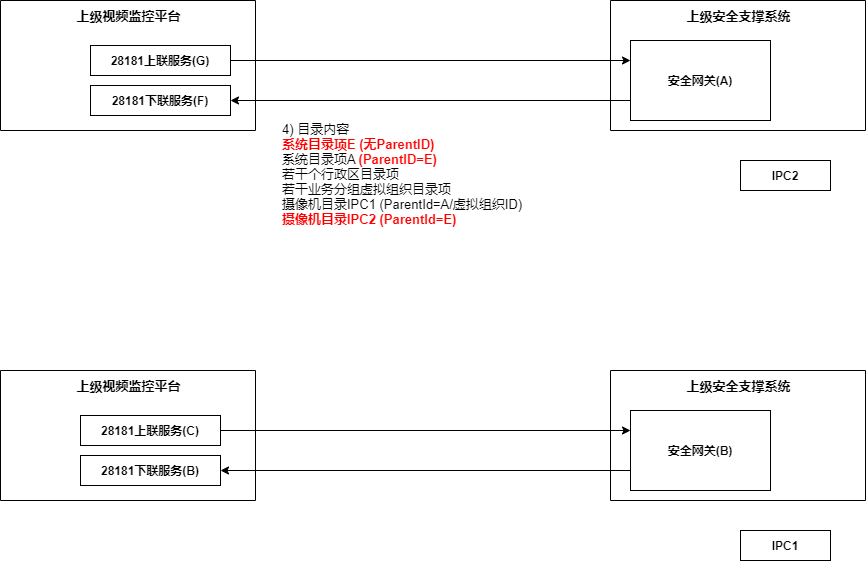
LingJiabin/Linux_test keeps this draw.io diagram as AAA.png. Above is the earlier version. Source tidied: cells renumbered, new cells last; positions are measured from the earlier drawing's top-left corner, leaving out a move shared by most shapes.
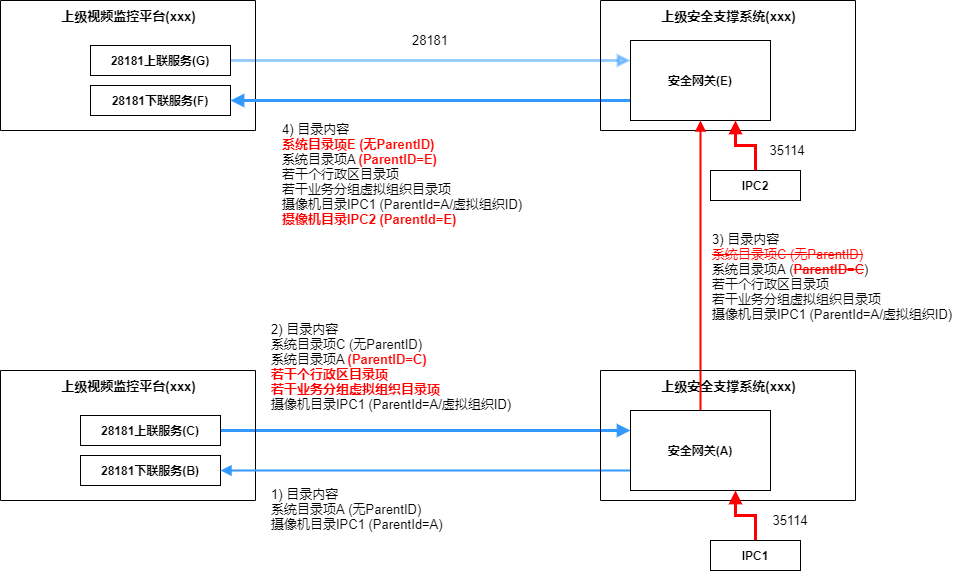
Later version of the same file.

Change to the diagram source:
```diff
@@ -2,56 +2,83 @@
   <root>
     <mxCell id="0" />
     <mxCell id="1" parent="0" />
-    <mxCell id="2" style="edgeStyle=orthogonalEdgeStyle;rounded=0;jettySize=auto;html=1;entryX=0;entryY=0.25;entryDx=0;entryDy=0;fontColor=#050505;" parent="1" edge="1" source="3" target="7">
+    <mxCell id="2" style="edgeStyle=orthogonalEdgeStyle;rounded=0;jettySize=auto;html=1;entryX=0;entryY=0.25;entryDx=0;entryDy=0;fontColor=#050505;strokeColor=#3399FF;endArrow=block;endFill=1;strokeWidth=3;opacity=50;" parent="1" edge="1" source="3" target="7">
       <mxGeometry relative="1" as="geometry" />
     </mxCell>
     <mxCell id="3" value="&lt;b&gt;28181上联服务(G)&lt;/b&gt;" style="rounded=0;whiteSpace=wrap;html=1;" parent="1" vertex="1">
       <mxGeometry x="90" y="45" width="140" height="30" as="geometry" />
     </mxCell>
-    <mxCell id="4" value="&lt;b style=&quot;line-height: 160%&quot;&gt;&lt;font style=&quot;font-size: 13px&quot;&gt;上级视频监控平台&lt;/font&gt;&lt;/b&gt;" style="html=1;fillColor=none;align=center;horizontal=1;direction=south;fontStyle=0;verticalAlign=top;" parent="1" vertex="1">
+    <mxCell id="4" value="&lt;b style=&quot;line-height: 160%&quot;&gt;&lt;font style=&quot;font-size: 13px&quot;&gt;上级视频监控平台(xxx)&lt;/font&gt;&lt;/b&gt;" style="html=1;fillColor=none;align=center;horizontal=1;direction=south;fontStyle=0;verticalAlign=top;" parent="1" vertex="1">
       <mxGeometry width="255" height="130" as="geometry" />
     </mxCell>
     <mxCell id="5" value="&lt;b&gt;28181下联服务(F)&lt;/b&gt;" style="rounded=0;whiteSpace=wrap;html=1;" parent="1" vertex="1">
       <mxGeometry x="90" y="85" width="140" height="30" as="geometry" />
     </mxCell>
-    <mxCell id="6" style="edgeStyle=orthogonalEdgeStyle;rounded=0;jettySize=auto;html=1;exitX=0;exitY=0.75;exitDx=0;exitDy=0;entryX=1;entryY=0.5;entryDx=0;entryDy=0;" parent="1" edge="1" source="7" target="5">
+    <mxCell id="6" style="edgeStyle=orthogonalEdgeStyle;rounded=0;jettySize=auto;html=1;exitX=0;exitY=0.75;exitDx=0;exitDy=0;entryX=1;entryY=0.5;entryDx=0;entryDy=0;strokeColor=#3399FF;endArrow=block;endFill=1;strokeWidth=3;" parent="1" edge="1" source="7" target="5">
       <mxGeometry relative="1" as="geometry" />
     </mxCell>
-    <mxCell id="7" value="&lt;b&gt;安全网关(A)&lt;/b&gt;" style="rounded=0;whiteSpace=wrap;html=1;" parent="1" vertex="1">
+    <mxCell id="7" value="&lt;b&gt;安全网关(E)&lt;/b&gt;" style="rounded=0;whiteSpace=wrap;html=1;" parent="1" vertex="1">
       <mxGeometry x="630" y="40" width="140" height="80" as="geometry" />
     </mxCell>
-    <mxCell id="8" value="&lt;b style=&quot;line-height: 160%&quot;&gt;&lt;font style=&quot;font-size: 13px&quot;&gt;上级安全支撑系统&lt;/font&gt;&lt;/b&gt;" style="html=1;fillColor=none;align=center;horizontal=1;direction=south;fontStyle=0;verticalAlign=top;" parent="1" vertex="1">
-      <mxGeometry x="610" width="255" height="130" as="geometry" />
+    <mxCell id="8" value="&lt;b style=&quot;line-height: 160%&quot;&gt;&lt;font style=&quot;font-size: 13px&quot;&gt;上级安全支撑系统(xxx)&lt;/font&gt;&lt;/b&gt;" style="html=1;fillColor=none;align=center;horizontal=1;direction=south;fontStyle=0;verticalAlign=top;" parent="1" vertex="1">
+      <mxGeometry x="600" width="255" height="130" as="geometry" />
     </mxCell>
+    <mxCell id="19" style="edgeStyle=orthogonalEdgeStyle;rounded=0;jettySize=auto;html=1;exitX=0.5;exitY=0;exitDx=0;exitDy=0;entryX=0.75;entryY=1;entryDx=0;entryDy=0;fontColor=#000000;endArrow=block;endFill=1;strokeColor=#FF0000;startSize=6;strokeWidth=3;" parent="1" edge="1" source="9" target="7">
+      <mxGeometry relative="1" as="geometry" />
+    </mxCell>
     <mxCell id="9" value="&lt;b&gt;IPC2&lt;/b&gt;" style="rounded=0;whiteSpace=wrap;html=1;" parent="1" vertex="1">
-      <mxGeometry x="740" y="160" width="90" height="30" as="geometry" />
+      <mxGeometry x="710" y="170" width="90" height="30" as="geometry" />
     </mxCell>
-    <mxCell id="10" style="edgeStyle=orthogonalEdgeStyle;rounded=0;jettySize=auto;entryX=0;entryY=0.25;entryDx=0;entryDy=0;html=1;" parent="1" edge="1" source="11" target="15">
+    <mxCell id="10" style="edgeStyle=orthogonalEdgeStyle;rounded=0;jettySize=auto;entryX=0;entryY=0.25;entryDx=0;entryDy=0;html=1;strokeColor=#3399FF;endArrow=block;endFill=1;strokeWidth=3;" parent="1" edge="1" source="11" target="15">
       <mxGeometry relative="1" as="geometry" />
     </mxCell>
     <mxCell id="11" value="&lt;b&gt;28181上联服务(C)&lt;/b&gt;" style="rounded=0;whiteSpace=wrap;html=1;" parent="1" vertex="1">
       <mxGeometry x="80" y="415" width="140" height="30" as="geometry" />
     </mxCell>
-    <mxCell id="12" value="&lt;b style=&quot;line-height: 160%&quot;&gt;&lt;font style=&quot;font-size: 13px&quot;&gt;上级视频监控平台&lt;/font&gt;&lt;/b&gt;" style="html=1;fillColor=none;align=center;horizontal=1;direction=south;fontStyle=0;verticalAlign=top;" parent="1" vertex="1">
+    <mxCell id="12" value="&lt;b style=&quot;line-height: 160%&quot;&gt;&lt;font style=&quot;font-size: 13px&quot;&gt;上级视频监控平台(xxx)&lt;/font&gt;&lt;/b&gt;" style="html=1;fillColor=none;align=center;horizontal=1;direction=south;fontStyle=0;verticalAlign=top;" parent="1" vertex="1">
       <mxGeometry y="370" width="255" height="130" as="geometry" />
     </mxCell>
     <mxCell id="13" value="&lt;b&gt;28181下联服务(B)&lt;/b&gt;" style="rounded=0;whiteSpace=wrap;html=1;" parent="1" vertex="1">
       <mxGeometry x="80" y="455" width="140" height="30" as="geometry" />
     </mxCell>
-    <mxCell id="14" style="edgeStyle=orthogonalEdgeStyle;rounded=0;jettySize=auto;html=1;exitX=0;exitY=0.75;exitDx=0;exitDy=0;entryX=1;entryY=0.5;entryDx=0;entryDy=0;fontColor=#424242;" parent="1" edge="1" source="15" target="13">
+    <mxCell id="14" style="edgeStyle=orthogonalEdgeStyle;rounded=0;jettySize=auto;html=1;exitX=0;exitY=0.75;exitDx=0;exitDy=0;entryX=1;entryY=0.5;entryDx=0;entryDy=0;fontColor=#424242;strokeColor=#3399FF;endArrow=block;endFill=1;strokeWidth=2;" parent="1" edge="1" source="15" target="13">
       <mxGeometry relative="1" as="geometry" />
     </mxCell>
+    <mxCell id="20" style="edgeStyle=orthogonalEdgeStyle;rounded=0;jumpSize=6;jettySize=auto;html=1;entryX=0.5;entryY=1;entryDx=0;entryDy=0;fontColor=#000000;endArrow=block;endFill=1;startSize=6;strokeColor=#FF0000;strokeWidth=2;" parent="1" edge="1" source="15" target="7">
+      <mxGeometry relative="1" as="geometry" />
+    </mxCell>
-    <mxCell id="15" value="&lt;b&gt;安全网关(B)&lt;/b&gt;" style="rounded=0;whiteSpace=wrap;html=1;" parent="1" vertex="1">
+    <mxCell id="15" value="&lt;b&gt;安全网关(A)&lt;/b&gt;" style="rounded=0;whiteSpace=wrap;html=1;" parent="1" vertex="1">
       <mxGeometry x="630" y="410" width="140" height="80" as="geometry" />
     </mxCell>
-    <mxCell id="16" value="&lt;b style=&quot;line-height: 160%&quot;&gt;&lt;font style=&quot;font-size: 13px&quot;&gt;上级安全支撑系统&lt;/font&gt;&lt;/b&gt;" style="html=1;fillColor=none;align=center;horizontal=1;direction=south;fontStyle=0;verticalAlign=top;" parent="1" vertex="1">
-      <mxGeometry x="610" y="370" width="255" height="130" as="geometry" />
+    <mxCell id="16" value="&lt;b style=&quot;line-height: 160%&quot;&gt;&lt;font style=&quot;font-size: 13px&quot;&gt;上级安全支撑系统(xxx)&lt;/font&gt;&lt;/b&gt;" style="html=1;fillColor=none;align=center;horizontal=1;direction=south;fontStyle=0;verticalAlign=top;" parent="1" vertex="1">
+      <mxGeometry x="600" y="370" width="255" height="130" as="geometry" />
     </mxCell>
+    <mxCell id="21" style="edgeStyle=orthogonalEdgeStyle;rounded=0;jettySize=auto;html=1;entryX=0.75;entryY=1;entryDx=0;entryDy=0;fontColor=#000000;endArrow=block;endFill=1;strokeColor=#FF0000;jumpSize=6;strokeWidth=3;" parent="1" edge="1" source="17" target="15">
+      <mxGeometry relative="1" as="geometry" />
+    </mxCell>
     <mxCell id="17" value="&lt;b&gt;IPC1&lt;/b&gt;" style="rounded=0;whiteSpace=wrap;html=1;" parent="1" vertex="1">
-      <mxGeometry x="740" y="530" width="90" height="30" as="geometry" />
+      <mxGeometry x="710" y="540" width="90" height="30" as="geometry" />
     </mxCell>
     <mxCell id="18" value="&lt;font style=&quot;font-size: 13px&quot;&gt;4) 目录内容&lt;br&gt;&lt;b&gt;&lt;font color=&quot;#ff0000&quot;&gt;系统目录项E&amp;nbsp;&lt;/font&gt;&lt;/b&gt;&lt;font color=&quot;#ff0000&quot;&gt;&lt;b&gt;(无ParentID)&lt;br&gt;&lt;/b&gt;&lt;/font&gt;系统目录项A&amp;nbsp;&lt;font color=&quot;#ff0000&quot;&gt;&lt;b&gt;(ParentID=E)&lt;/b&gt;&lt;/font&gt;&lt;br&gt;若干个行政区目录项&lt;br&gt;若干业务分组虚拟组织目录项&lt;br&gt;摄像机目录IPC1 (ParentId=A/虚拟组织ID)&lt;br&gt;&lt;b&gt;&lt;font color=&quot;#ff0000&quot;&gt;摄像机目录IPC2 (ParentId=E)&lt;/font&gt;&lt;/b&gt;&lt;br&gt;&lt;/font&gt;" style="text;html=1;strokeColor=none;fillColor=none;align=left;verticalAlign=top;whiteSpace=wrap;rounded=0;fontColor=#000000;" parent="1" vertex="1">
       <mxGeometry x="280" y="115" width="250" height="130" as="geometry" />
     </mxCell>
+    <mxCell id="22" value="&lt;font style=&quot;font-size: 13px&quot;&gt;2) 目录内容&lt;br&gt;&lt;font color=&quot;#050505&quot;&gt;系统目录项C&amp;nbsp;(无ParentID)&lt;/font&gt;&lt;br&gt;系统目录项A&amp;nbsp;&lt;font color=&quot;#ff0000&quot;&gt;&lt;b&gt;(ParentID=C)&lt;/b&gt;&lt;/font&gt;&lt;br&gt;&lt;font color=&quot;#ff0000&quot;&gt;&lt;b&gt;若干个行政区目录项&lt;/b&gt;&lt;/font&gt;&lt;br&gt;&lt;b&gt;&lt;font color=&quot;#ff0000&quot;&gt;若干业务分组虚拟组织目录项&lt;/font&gt;&lt;/b&gt;&lt;br&gt;摄像机目录IPC1 (ParentId=A/虚拟组织ID)&lt;br&gt;&lt;/font&gt;" style="text;html=1;strokeColor=none;fillColor=none;align=left;verticalAlign=top;whiteSpace=wrap;rounded=0;fontColor=#000000;" parent="1" vertex="1">
+      <mxGeometry x="269" y="315" width="250" height="130" as="geometry" />
+    </mxCell>
+    <mxCell id="23" value="&lt;font style=&quot;font-size: 13px&quot;&gt;1) 目录内容&lt;br&gt;&lt;font color=&quot;#050505&quot;&gt;系统目录项A (无ParentID)&lt;/font&gt;&lt;br&gt;摄像机目录IPC1 (ParentId=A)&lt;br&gt;&lt;/font&gt;" style="text;html=1;strokeColor=none;fillColor=none;align=left;verticalAlign=top;whiteSpace=wrap;rounded=0;fontColor=#000000;" parent="1" vertex="1">
+      <mxGeometry x="269" y="480" width="250" height="70" as="geometry" />
+    </mxCell>
+    <mxCell id="24" value="&lt;font style=&quot;font-size: 13px&quot;&gt;3) 目录内容&lt;br&gt;&lt;strike&gt;&lt;font color=&quot;#ff0000&quot;&gt;系统目录项C&amp;nbsp;(无ParentID)&lt;/font&gt;&lt;/strike&gt;&lt;br&gt;系统目录项A&lt;font color=&quot;#050505&quot;&gt;&amp;nbsp;(&lt;/font&gt;&lt;strike style=&quot;color: rgb(255 , 0 , 0) ; font-weight: bold&quot;&gt;ParentID=C&lt;/strike&gt;&lt;font color=&quot;#050505&quot;&gt;)&lt;/font&gt;&lt;br&gt;&lt;font color=&quot;#050505&quot;&gt;若干个行政区目录项&lt;br&gt;若干业务分组虚拟组织目录项&lt;/font&gt;&lt;br&gt;摄像机目录IPC1 (ParentId=A/虚拟组织ID)&lt;br&gt;&lt;/font&gt;" style="text;html=1;strokeColor=none;fillColor=none;align=left;verticalAlign=top;whiteSpace=wrap;rounded=0;fontColor=#000000;" parent="1" vertex="1">
+      <mxGeometry x="710" y="225" width="250" height="130" as="geometry" />
+    </mxCell>
+    <mxCell id="25" value="&lt;font style=&quot;font-size: 13px&quot;&gt;35114&lt;/font&gt;" style="text;html=1;strokeColor=none;fillColor=none;align=center;verticalAlign=middle;whiteSpace=wrap;rounded=0;fontColor=#000000;" parent="1" vertex="1">
+      <mxGeometry x="767" y="140" width="40" height="20" as="geometry" />
+    </mxCell>
+    <mxCell id="26" value="&lt;font style=&quot;font-size: 13px&quot;&gt;35114&lt;/font&gt;" style="text;html=1;strokeColor=none;fillColor=none;align=center;verticalAlign=middle;whiteSpace=wrap;rounded=0;fontColor=#000000;" parent="1" vertex="1">
+      <mxGeometry x="770" y="510" width="40" height="20" as="geometry" />
+    </mxCell>
+    <mxCell id="27" value="&lt;font style=&quot;font-size: 13px&quot;&gt;28181&lt;/font&gt;" style="text;html=1;strokeColor=none;fillColor=none;align=center;verticalAlign=middle;whiteSpace=wrap;rounded=0;fontColor=#000000;" parent="1" vertex="1">
+      <mxGeometry x="410" y="30" width="40" height="20" as="geometry" />
+    </mxCell>
   </root>
 </mxGraphModel>
```
